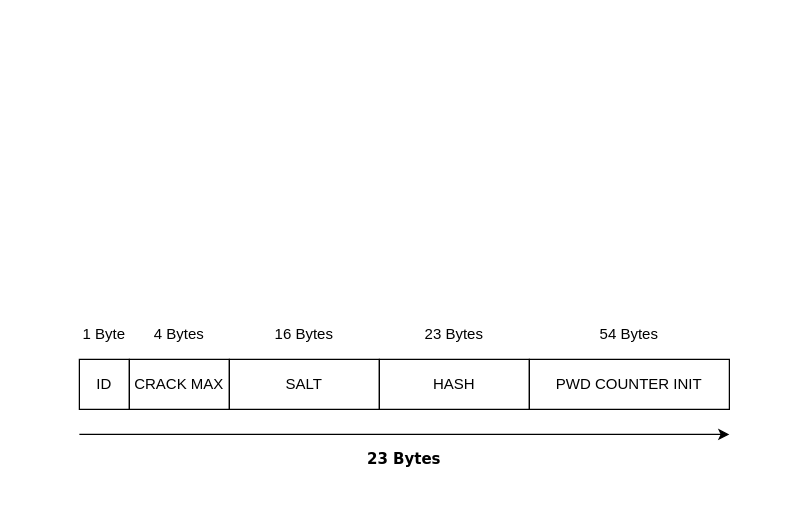
Earlier version of the draw.io diagram page "packet_format" (2 of 2) of assets/drawio/communication_protocol.drawio (Djokzer/fpga_bruteforce_attack). Source tidied: cells renumbered, new cells numbered last; positions are measured from the earlier drawing's top-left corner, leaving out a move shared by most shapes. Both pictures are drawn from the tidied source at 125%, with x=0, y=0 at pixel (79, 309).
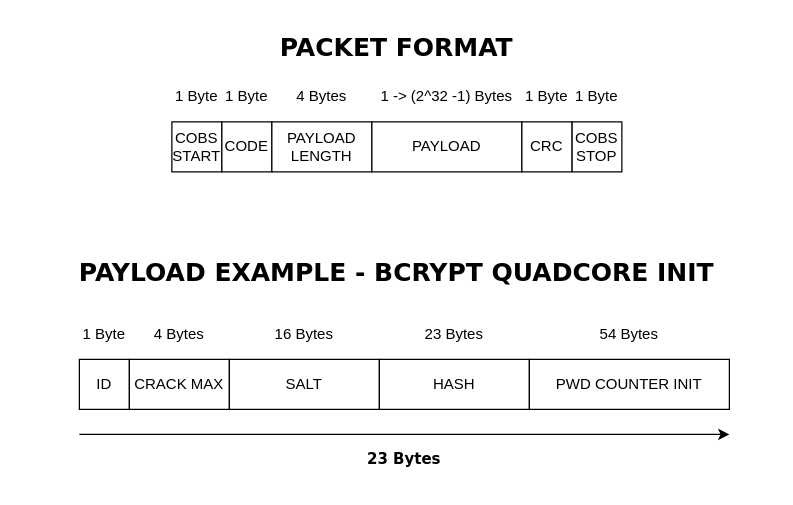
The same diagram, later.

Diff of the diagram source:
```diff
@@
+    <mxCell id="14" value="PAYLOAD EXAMPLE - BCRYPT QUADCORE INIT" style="rounded=0;whiteSpace=wrap;html=1;fillColor=none;strokeColor=none;fontFamily=Verdana;fontStyle=1;fontSize=20;" parent="1" vertex="1">
+      <mxGeometry x="-46" y="-50" width="600" height="40" as="geometry" />
+    </mxCell>
+    <mxCell id="15" value="&lt;div&gt;COBS&lt;br&gt;&lt;/div&gt;&lt;div&gt;START&lt;/div&gt;" style="rounded=0;whiteSpace=wrap;html=1;" parent="1" vertex="1">
+      <mxGeometry x="74" y="-150" width="40" height="40" as="geometry" />
+    </mxCell>
+    <mxCell id="16" value="1 Byte" style="rounded=0;whiteSpace=wrap;html=1;fillColor=none;strokeColor=none;" parent="1" vertex="1">
+      <mxGeometry x="74" y="-190" width="40" height="40" as="geometry" />
+    </mxCell>
+    <mxCell id="17" value="CODE" style="rounded=0;whiteSpace=wrap;html=1;" parent="1" vertex="1">
+      <mxGeometry x="114" y="-150" width="40" height="40" as="geometry" />
+    </mxCell>
+    <mxCell id="18" value="1 Byte" style="rounded=0;whiteSpace=wrap;html=1;fillColor=none;strokeColor=none;" parent="1" vertex="1">
+      <mxGeometry x="114" y="-190" width="40" height="40" as="geometry" />
+    </mxCell>
+    <mxCell id="19" value="PAYLOAD LENGTH" style="rounded=0;whiteSpace=wrap;html=1;" parent="1" vertex="1">
+      <mxGeometry x="154" y="-150" width="80" height="40" as="geometry" />
+    </mxCell>
+    <mxCell id="20" value="4 Bytes" style="rounded=0;whiteSpace=wrap;html=1;fillColor=none;strokeColor=none;" parent="1" vertex="1">
+      <mxGeometry x="154" y="-190" width="80" height="40" as="geometry" />
+    </mxCell>
+    <mxCell id="21" value="PAYLOAD" style="rounded=0;whiteSpace=wrap;html=1;" parent="1" vertex="1">
+      <mxGeometry x="234" y="-150" width="120" height="40" as="geometry" />
+    </mxCell>
+    <mxCell id="22" value="1 -&amp;gt; (2^32 -1) Bytes" style="rounded=0;whiteSpace=wrap;html=1;fillColor=none;strokeColor=none;" parent="1" vertex="1">
+      <mxGeometry x="234" y="-190" width="120" height="40" as="geometry" />
+    </mxCell>
+    <mxCell id="23" value="&lt;div&gt;COBS&lt;/div&gt;&lt;div&gt;STOP&lt;br&gt;&lt;/div&gt;" style="rounded=0;whiteSpace=wrap;html=1;" parent="1" vertex="1">
+      <mxGeometry x="394" y="-150" width="40" height="40" as="geometry" />
+    </mxCell>
+    <mxCell id="24" value="PACKET FORMAT" style="rounded=0;whiteSpace=wrap;html=1;fillColor=none;strokeColor=none;fontFamily=Verdana;fontStyle=1;fontSize=20;" parent="1" vertex="1">
+      <mxGeometry x="69" y="-230" width="370" height="40" as="geometry" />
+    </mxCell>
+    <mxCell id="25" value="CRC" style="rounded=0;whiteSpace=wrap;html=1;" parent="1" vertex="1">
+      <mxGeometry x="354" y="-150" width="40" height="40" as="geometry" />
+    </mxCell>
+    <mxCell id="26" value="1 Byte" style="rounded=0;whiteSpace=wrap;html=1;fillColor=none;strokeColor=none;" parent="1" vertex="1">
+      <mxGeometry x="354" y="-190" width="40" height="40" as="geometry" />
+    </mxCell>
+    <mxCell id="27" value="1 Byte" style="rounded=0;whiteSpace=wrap;html=1;fillColor=none;strokeColor=none;" parent="1" vertex="1">
+      <mxGeometry x="394" y="-190" width="40" height="40" as="geometry" />
+    </mxCell>
```
